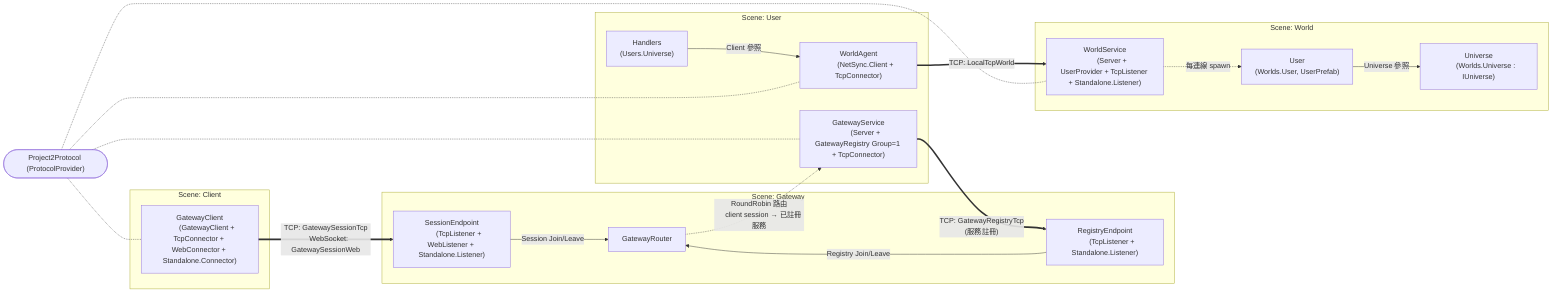
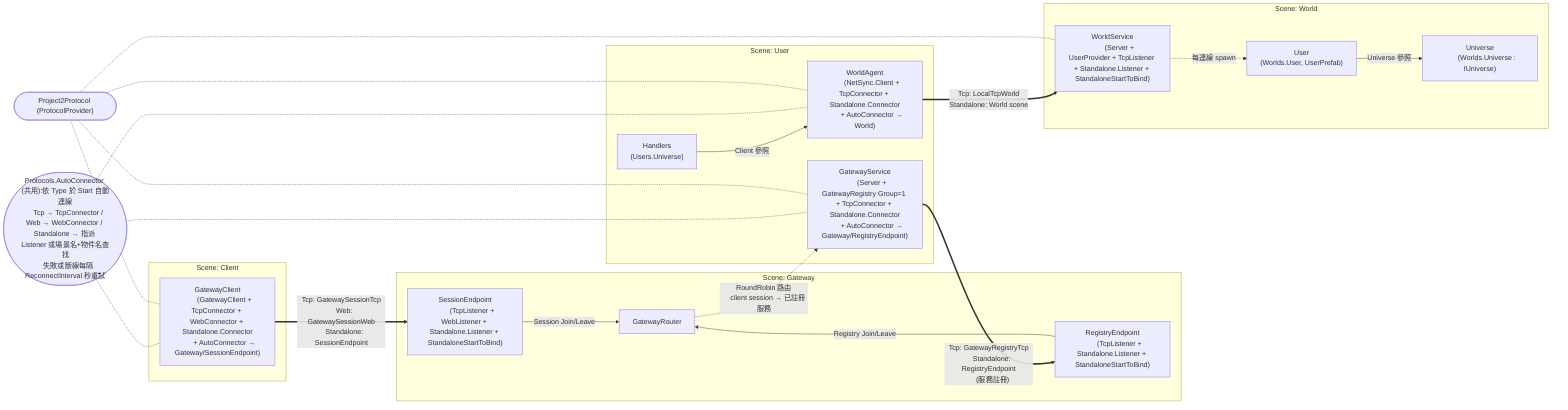
flowchart LR
    subgraph SceneClient["Scene: Client"]
        GC["GatewayClient
-         (GatewayClient + TcpConnector + WebConnector + Standalone.Connector)"]
+         (GatewayClient + TcpConnector + WebConnector + Standalone.Connector
+         + AutoConnector → Gateway/SessionEndpoint)"]
    end

    subgraph SceneGateway["Scene: Gateway"]
        GR["GatewayRouter"]
        SE["SessionEndpoint
-         (TcpListener + WebListener + Standalone.Listener)"]
+         (TcpListener + WebListener + Standalone.Listener + StandaloneStartToBind)"]
        RE["RegistryEndpoint
-         (TcpListener + Standalone.Listener)"]
+         (TcpListener + Standalone.Listener + StandaloneStartToBind)"]
        SE -->|"Session Join/Leave"| GR
        RE -->|"Registry Join/Leave"| GR
    end

    subgraph SceneUser["Scene: User"]
        GS["GatewayService
-         (Server + GatewayRegistry Group=1 + TcpConnector)"]
+         (Server + GatewayRegistry Group=1 + TcpConnector + Standalone.Connector
+         + AutoConnector → Gateway/RegistryEndpoint)"]
        WA["WorldAgent
-         (NetSync.Client + TcpConnector)"]
+         (NetSync.Client + TcpConnector + Standalone.Connector
+         + AutoConnector → World)"]
        UH["Handlers
        (Users.Universe)"]
        UH -->|"Client 參照"| WA
    end

    subgraph SceneWorld["Scene: World"]
        WS["WorldService
-         (Server + UserProvider + TcpListener + Standalone.Listener)"]
+         (Server + UserProvider + TcpListener + Standalone.Listener + StandaloneStartToBind)"]
        WU["User
        (Worlds.User, UserPrefab)"]
        UV["Universe
        (Worlds.Universe : IUniverse)"]
        WS -.->|"每連線 spawn"| WU
        WU -->|"Universe 參照"| UV
    end

-     GC ==>|"TCP: GatewaySessionTcp
-     WebSocket: GatewaySessionWeb"| SE
-     GS ==>|"TCP: GatewayRegistryTcp
+     GC ==>|"Tcp: GatewaySessionTcp
+     Web: GatewaySessionWeb
+     Standalone: SessionEndpoint"| SE
+     GS ==>|"Tcp: GatewayRegistryTcp
+     Standalone: RegistryEndpoint
    (服務註冊)"| RE
    GR -.->|"RoundRobin 路由
    client session → 已註冊服務"| GS
-     WA ==>|"TCP: LocalTcpWorld"| WS
+     WA ==>|"Tcp: LocalTcpWorld
+     Standalone: World scene"| WS
+ 
+     AC(["Protocols.AutoConnector (共用):依 Type 於 Start 自動連線
+     Tcp → TcpConnector / Web → WebConnector / Standalone → 指派 Listener 或場景名+物件名查找
+     失敗或斷線每隔 ReconnectInterval 秒重試"])
+     AC -.- GC
+     AC -.- GS
+     AC -.- WA

    PP(["Project2Protocol (ProtocolProvider)"])
    PP -.- GC
    PP -.- GS
    PP -.- WA
    PP -.- WS
